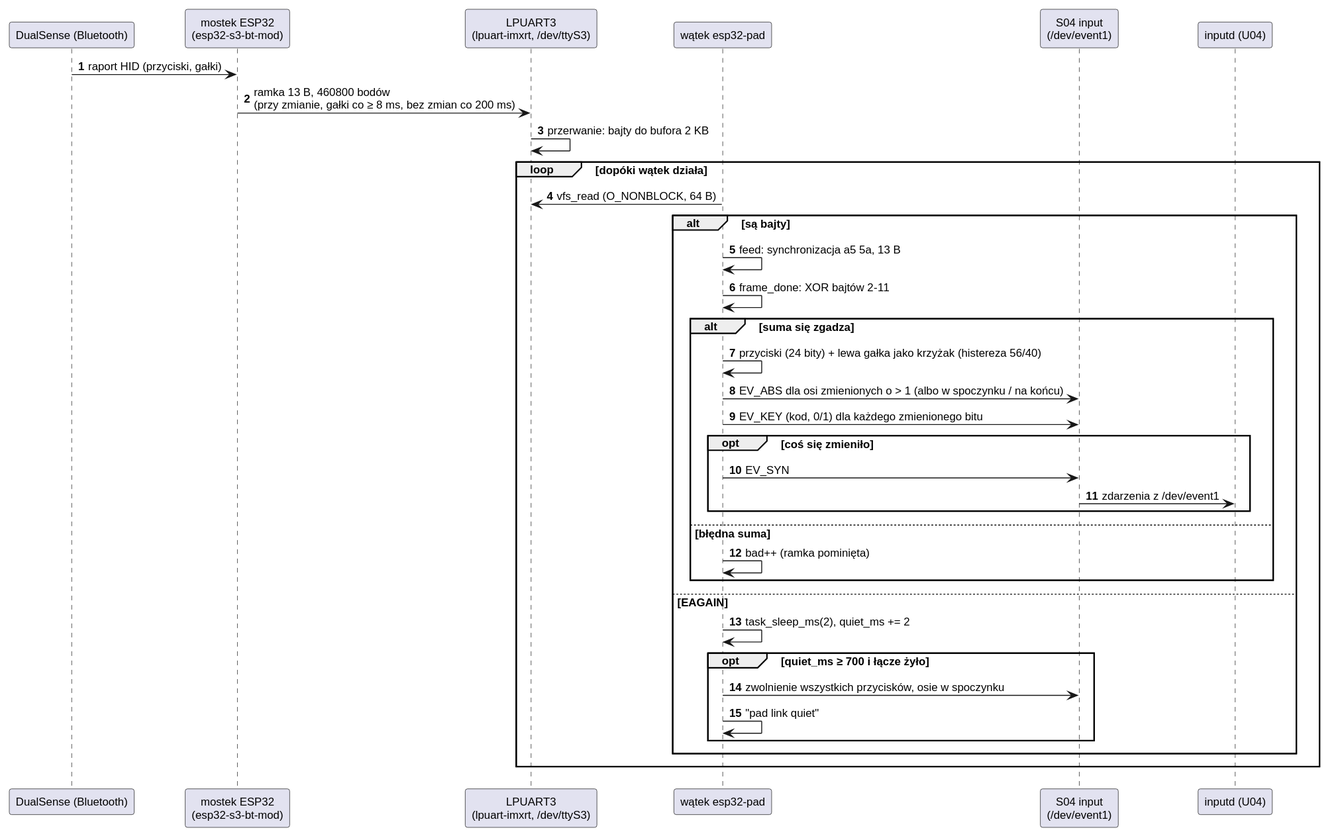
Above: docs/specyfikacja/diagramy/D04/pad-esp32.svg in aroesz98/CRTOS (PlantUML), before the change. Source of this version:
```plantuml
@startuml
!include ../styl.iuml
autonumber
participant "DualSense (Bluetooth)" as DS
participant "mostek ESP32\n(esp32-s3-bt-mod)" as E
participant "LPUART3\n(lpuart-imxrt, /dev/ttyS3)" as U
participant "wątek esp32-pad" as T
participant "S04 input\n(/dev/event1)" as N
participant "inputd (U04)" as I
DS -> E : raport HID (przyciski, gałki)
E -> U : ramka 13 B, 460800 bodów\n(przy zmianie, gałki co ≥ 8 ms, bez zmian co 200 ms)
U -> U : przerwanie: bajty do bufora 2 KB
loop dopóki wątek działa
  T -> U : vfs_read (O_NONBLOCK, 64 B)
  alt są bajty
    T -> T : feed: synchronizacja a5 5a, 13 B
    T -> T : frame_done: XOR bajtów 2-11
    alt suma się zgadza
      T -> T : przyciski (24 bity) + lewa gałka jako krzyżak (histereza 56/40)
      T -> N : EV_ABS dla osi zmienionych o > 1 (albo w spoczynku / na końcu)
      T -> N : EV_KEY (kod, 0/1) dla każdego zmienionego bitu
      opt coś się zmieniło
        T -> N : EV_SYN
        N -> I : zdarzenia z /dev/event1
      end
    else błędna suma
      T -> T : bad++ (ramka pominięta)
    end
  else EAGAIN
    T -> T : task_sleep_ms(2), quiet_ms += 2
    opt quiet_ms ≥ 700 i łącze żyło
      T -> N : zwolnienie wszystkich przycisków, osie w spoczynku
      T -> T : "pad link quiet"
    end
  end
end
@enduml
```
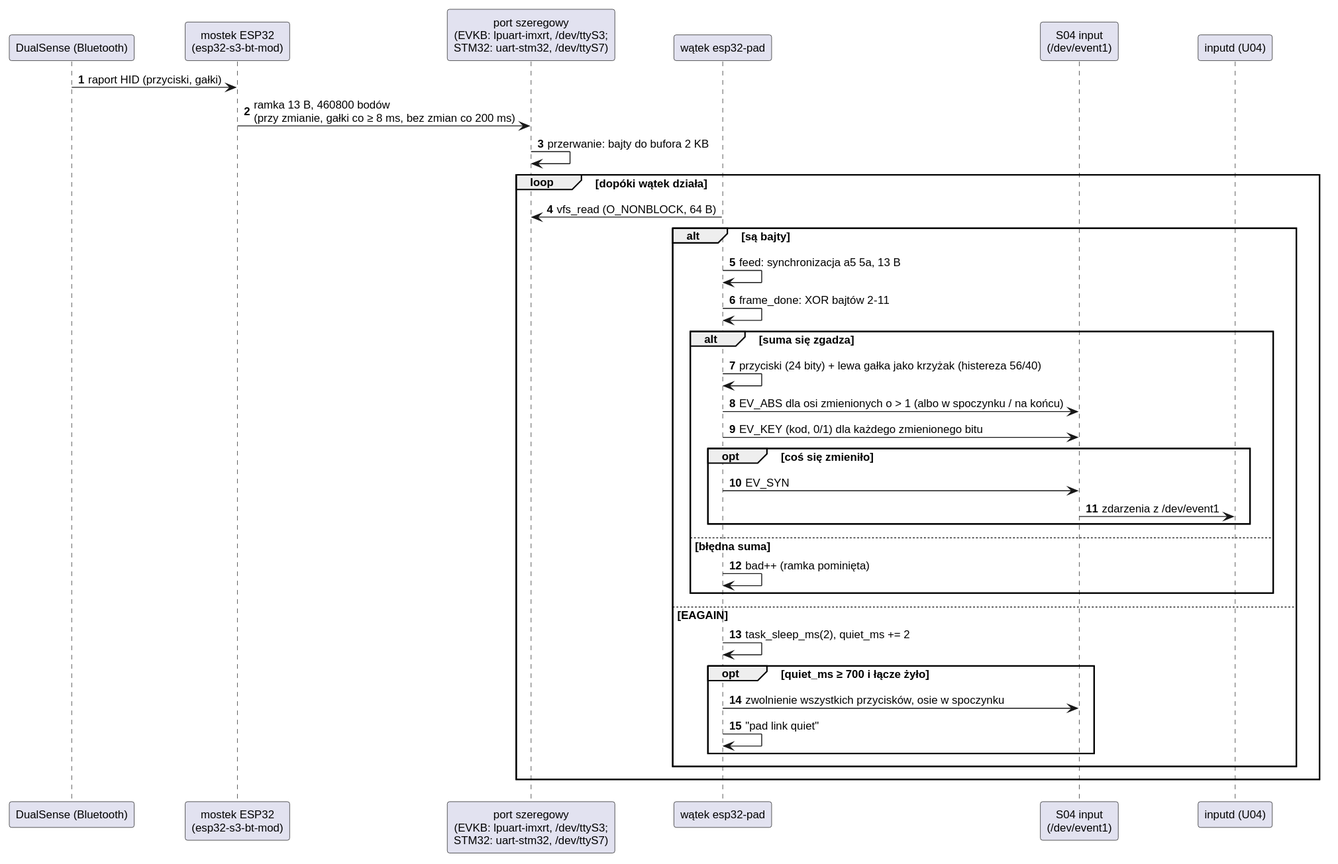
After the commit.

Change to the diagram source:
```diff
@@ -3,7 +3,7 @@
 autonumber
 participant "DualSense (Bluetooth)" as DS
 participant "mostek ESP32\n(esp32-s3-bt-mod)" as E
-participant "LPUART3\n(lpuart-imxrt, /dev/ttyS3)" as U
+participant "port szeregowy\n(EVKB: lpuart-imxrt, /dev/ttyS3;\nSTM32: uart-stm32, /dev/ttyS7)" as U
 participant "wątek esp32-pad" as T
 participant "S04 input\n(/dev/event1)" as N
 participant "inputd (U04)" as I
```
